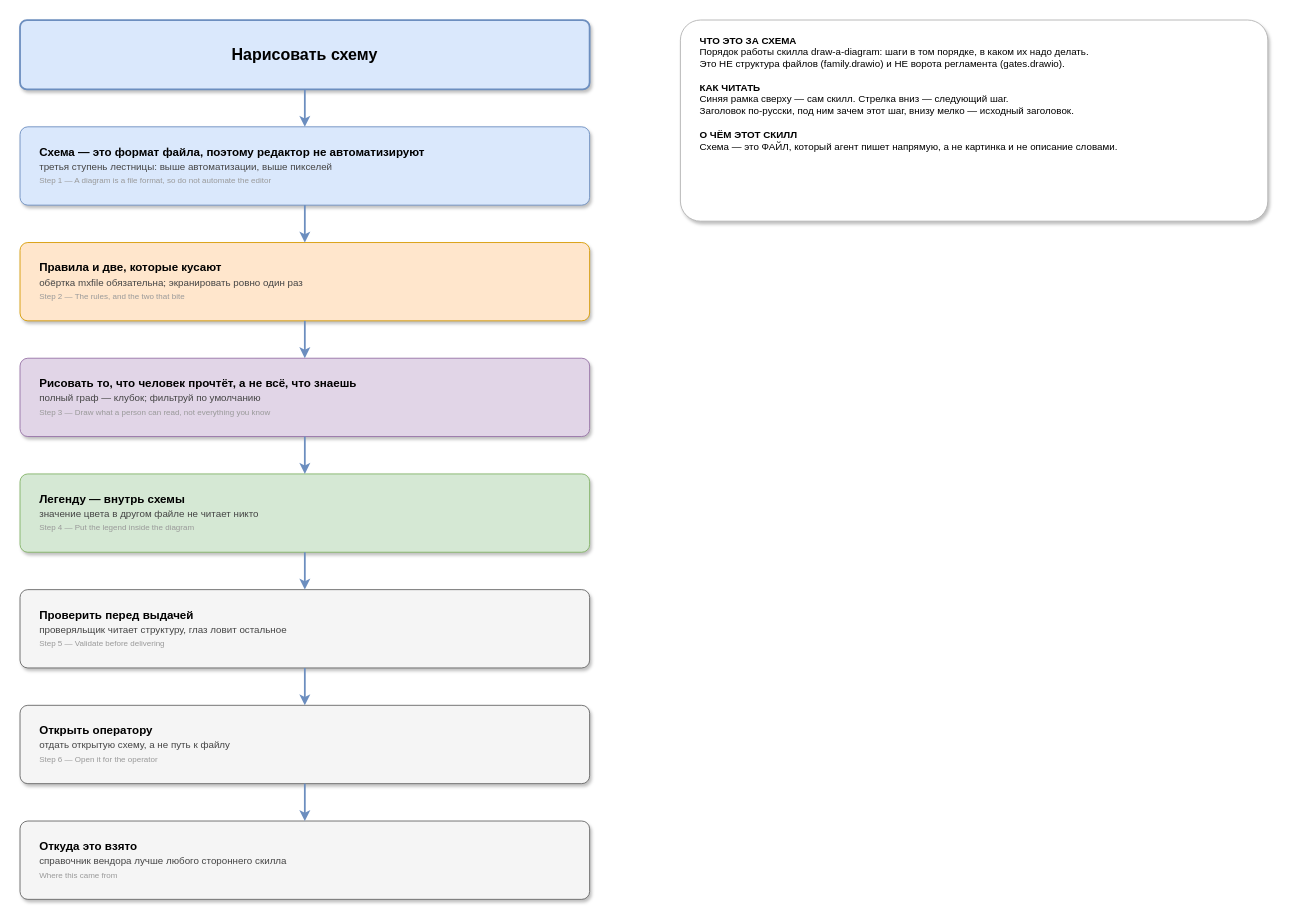
Above: skills/draw-a-diagram/assets/diagram.drawio in ubik-dsh/deepseek-harness-skills (draw.io), before the change. Source tidied: cells renumbered, new cells numbered last; positions are measured from the earlier drawing's top-left corner, leaving out a move shared by most shapes. Both pictures are drawn from the tidied source at 89%, with x=0, y=0 at pixel (20, 20).
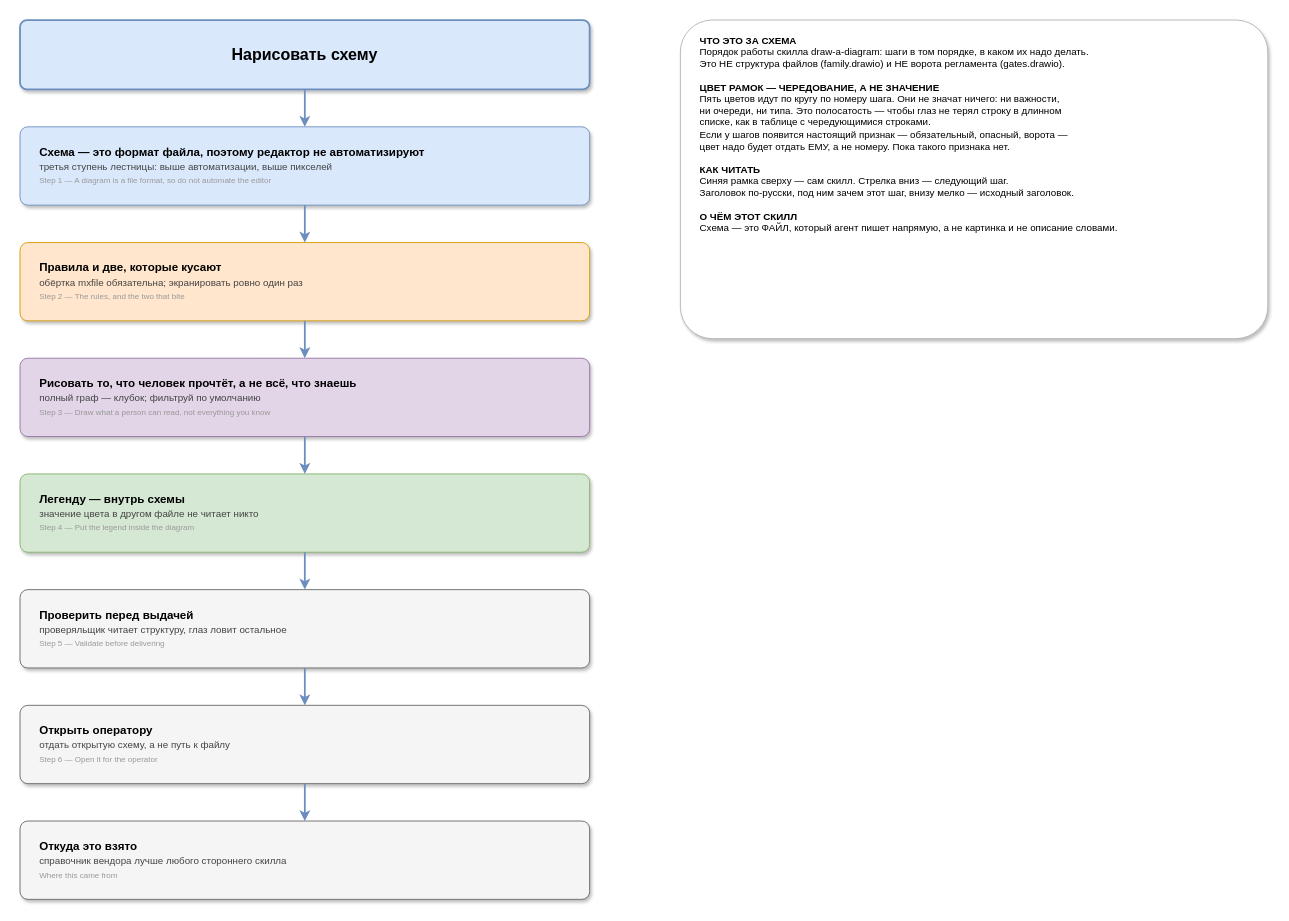
After the change.

Change to the diagram source:
```diff
@@
 <mxGraphModel>
   <root>
     <mxCell id="0" />
     <mxCell id="1" parent="0" />
     <mxCell id="2" value="Нарисовать схему" style="rounded=1;arcSize=10;whiteSpace=wrap;html=1;shadow=1;strokeWidth=2;fillColor=#DAE8FC;strokeColor=#6C8EBF;fontSize=18;fontStyle=1;align=center;verticalAlign=middle;" parent="1" vertex="1">
       <mxGeometry width="640" height="78" as="geometry" />
     </mxCell>
     <mxCell id="3" value="&lt;b&gt;Схема — это формат файла, поэтому редактор не автоматизируют&lt;/b&gt;&lt;br&gt;&lt;font color=&quot;#444444&quot; style=&quot;font-size:11px&quot;&gt;третья ступень лестницы: выше автоматизации, выше пикселей&lt;/font&gt;&lt;br&gt;&lt;font color=&quot;#999999&quot; style=&quot;font-size:9px&quot;&gt;Step 1 — A diagram is a file format, so do not automate the editor&lt;/font&gt;" style="rounded=1;arcSize=10;whiteSpace=wrap;html=1;shadow=1;strokeWidth=1;fillColor=#DAE8FC;strokeColor=#6C8EBF;align=left;verticalAlign=middle;spacingLeft=20;spacingTop=10;spacingBottom=10;fontSize=13;" parent="1" vertex="1">
       <mxGeometry y="120" width="640" height="88" as="geometry" />
     </mxCell>
     <mxCell id="4" style="endArrow=classic;html=1;strokeColor=#6C8EBF;strokeWidth=2;rounded=0;edgeStyle=orthogonalEdgeStyle;exitX=0.5;exitY=1;exitDx=0;exitDy=0;entryX=0.5;entryY=0;entryDx=0;entryDy=0;" parent="1" edge="1" source="2" target="3">
       <mxGeometry relative="1" as="geometry" />
     </mxCell>
     <mxCell id="5" value="&lt;b&gt;Правила и две, которые кусают&lt;/b&gt;&lt;br&gt;&lt;font color=&quot;#444444&quot; style=&quot;font-size:11px&quot;&gt;обёртка mxfile обязательна; экранировать ровно один раз&lt;/font&gt;&lt;br&gt;&lt;font color=&quot;#999999&quot; style=&quot;font-size:9px&quot;&gt;Step 2 — The rules, and the two that bite&lt;/font&gt;" style="rounded=1;arcSize=10;whiteSpace=wrap;html=1;shadow=1;strokeWidth=1;fillColor=#FFE6CC;strokeColor=#D79B00;align=left;verticalAlign=middle;spacingLeft=20;spacingTop=10;spacingBottom=10;fontSize=13;" parent="1" vertex="1">
       <mxGeometry y="250" width="640" height="88" as="geometry" />
     </mxCell>
     <mxCell id="6" style="endArrow=classic;html=1;strokeColor=#6C8EBF;strokeWidth=2;rounded=0;edgeStyle=orthogonalEdgeStyle;exitX=0.5;exitY=1;exitDx=0;exitDy=0;entryX=0.5;entryY=0;entryDx=0;entryDy=0;" parent="1" edge="1" source="3" target="5">
       <mxGeometry relative="1" as="geometry" />
     </mxCell>
     <mxCell id="7" value="&lt;b&gt;Рисовать то, что человек прочтёт, а не всё, что знаешь&lt;/b&gt;&lt;br&gt;&lt;font color=&quot;#444444&quot; style=&quot;font-size:11px&quot;&gt;полный граф — клубок; фильтруй по умолчанию&lt;/font&gt;&lt;br&gt;&lt;font color=&quot;#999999&quot; style=&quot;font-size:9px&quot;&gt;Step 3 — Draw what a person can read, not everything you know&lt;/font&gt;" style="rounded=1;arcSize=10;whiteSpace=wrap;html=1;shadow=1;strokeWidth=1;fillColor=#E1D5E7;strokeColor=#9673A6;align=left;verticalAlign=middle;spacingLeft=20;spacingTop=10;spacingBottom=10;fontSize=13;" parent="1" vertex="1">
       <mxGeometry y="380" width="640" height="88" as="geometry" />
     </mxCell>
     <mxCell id="8" style="endArrow=classic;html=1;strokeColor=#6C8EBF;strokeWidth=2;rounded=0;edgeStyle=orthogonalEdgeStyle;exitX=0.5;exitY=1;exitDx=0;exitDy=0;entryX=0.5;entryY=0;entryDx=0;entryDy=0;" parent="1" edge="1" source="5" target="7">
       <mxGeometry relative="1" as="geometry" />
     </mxCell>
     <mxCell id="9" value="&lt;b&gt;Легенду — внутрь схемы&lt;/b&gt;&lt;br&gt;&lt;font color=&quot;#444444&quot; style=&quot;font-size:11px&quot;&gt;значение цвета в другом файле не читает никто&lt;/font&gt;&lt;br&gt;&lt;font color=&quot;#999999&quot; style=&quot;font-size:9px&quot;&gt;Step 4 — Put the legend inside the diagram&lt;/font&gt;" style="rounded=1;arcSize=10;whiteSpace=wrap;html=1;shadow=1;strokeWidth=1;fillColor=#D5E8D4;strokeColor=#82B366;align=left;verticalAlign=middle;spacingLeft=20;spacingTop=10;spacingBottom=10;fontSize=13;" parent="1" vertex="1">
       <mxGeometry y="510" width="640" height="88" as="geometry" />
     </mxCell>
     <mxCell id="10" style="endArrow=classic;html=1;strokeColor=#6C8EBF;strokeWidth=2;rounded=0;edgeStyle=orthogonalEdgeStyle;exitX=0.5;exitY=1;exitDx=0;exitDy=0;entryX=0.5;entryY=0;entryDx=0;entryDy=0;" parent="1" edge="1" source="7" target="9">
       <mxGeometry relative="1" as="geometry" />
     </mxCell>
     <mxCell id="11" value="&lt;b&gt;Проверить перед выдачей&lt;/b&gt;&lt;br&gt;&lt;font color=&quot;#444444&quot; style=&quot;font-size:11px&quot;&gt;проверяльщик читает структуру, глаз ловит остальное&lt;/font&gt;&lt;br&gt;&lt;font color=&quot;#999999&quot; style=&quot;font-size:9px&quot;&gt;Step 5 — Validate before delivering&lt;/font&gt;" style="rounded=1;arcSize=10;whiteSpace=wrap;html=1;shadow=1;strokeWidth=1;fillColor=#F5F5F5;strokeColor=#666666;align=left;verticalAlign=middle;spacingLeft=20;spacingTop=10;spacingBottom=10;fontSize=13;" parent="1" vertex="1">
       <mxGeometry y="640" width="640" height="88" as="geometry" />
     </mxCell>
     <mxCell id="12" style="endArrow=classic;html=1;strokeColor=#6C8EBF;strokeWidth=2;rounded=0;edgeStyle=orthogonalEdgeStyle;exitX=0.5;exitY=1;exitDx=0;exitDy=0;entryX=0.5;entryY=0;entryDx=0;entryDy=0;" parent="1" edge="1" source="9" target="11">
       <mxGeometry relative="1" as="geometry" />
     </mxCell>
     <mxCell id="13" value="&lt;b&gt;Открыть оператору&lt;/b&gt;&lt;br&gt;&lt;font color=&quot;#444444&quot; style=&quot;font-size:11px&quot;&gt;отдать открытую схему, а не путь к файлу&lt;/font&gt;&lt;br&gt;&lt;font color=&quot;#999999&quot; style=&quot;font-size:9px&quot;&gt;Step 6 — Open it for the operator&lt;/font&gt;" style="rounded=1;arcSize=10;whiteSpace=wrap;html=1;shadow=1;strokeWidth=1;fillColor=#F5F5F5;strokeColor=#666666;align=left;verticalAlign=middle;spacingLeft=20;spacingTop=10;spacingBottom=10;fontSize=13;" parent="1" vertex="1">
       <mxGeometry y="770" width="640" height="88" as="geometry" />
     </mxCell>
     <mxCell id="14" style="endArrow=classic;html=1;strokeColor=#6C8EBF;strokeWidth=2;rounded=0;edgeStyle=orthogonalEdgeStyle;exitX=0.5;exitY=1;exitDx=0;exitDy=0;entryX=0.5;entryY=0;entryDx=0;entryDy=0;" parent="1" edge="1" source="11" target="13">
       <mxGeometry relative="1" as="geometry" />
     </mxCell>
     <mxCell id="15" value="&lt;b&gt;Откуда это взято&lt;/b&gt;&lt;br&gt;&lt;font color=&quot;#444444&quot; style=&quot;font-size:11px&quot;&gt;справочник вендора лучше любого стороннего скилла&lt;/font&gt;&lt;br&gt;&lt;font color=&quot;#999999&quot; style=&quot;font-size:9px&quot;&gt;Where this came from&lt;/font&gt;" style="rounded=1;arcSize=10;whiteSpace=wrap;html=1;shadow=1;strokeWidth=1;fillColor=#F5F5F5;strokeColor=#666666;align=left;verticalAlign=middle;spacingLeft=20;spacingTop=10;spacingBottom=10;fontSize=13;" parent="1" vertex="1">
       <mxGeometry y="900" width="640" height="88" as="geometry" />
     </mxCell>
     <mxCell id="16" style="endArrow=classic;html=1;strokeColor=#6C8EBF;strokeWidth=2;rounded=0;edgeStyle=orthogonalEdgeStyle;exitX=0.5;exitY=1;exitDx=0;exitDy=0;entryX=0.5;entryY=0;entryDx=0;entryDy=0;" parent="1" edge="1" source="13" target="15">
       <mxGeometry relative="1" as="geometry" />
     </mxCell>
-    <mxCell id="17" value="&lt;b&gt;ЧТО ЭТО ЗА СХЕМА&lt;/b&gt;&lt;br&gt;Порядок работы скилла draw-a-diagram: шаги в том порядке, в каком их надо делать.&lt;br&gt;Это НЕ структура файлов (family.drawio) и НЕ ворота регламента (gates.drawio).&lt;br&gt;&amp;nbsp;&lt;br&gt;&lt;b&gt;КАК ЧИТАТЬ&lt;/b&gt;&lt;br&gt;Синяя рамка сверху — сам скилл. Стрелка вниз — следующий шаг.&lt;br&gt;Заголовок по-русски, под ним зачем этот шаг, внизу мелко — исходный заголовок.&lt;br&gt;&amp;nbsp;&lt;br&gt;&lt;b&gt;О ЧЁМ ЭТОТ СКИЛЛ&lt;/b&gt;&lt;br&gt;Схема — это ФАЙЛ, который агент пишет напрямую, а не картинка и не описание словами.&lt;br&gt;&amp;nbsp;" style="rounded=1;arcSize=10;whiteSpace=wrap;html=1;shadow=1;strokeWidth=1;fillColor=#FFFFFF;strokeColor=#B3B3B3;align=left;verticalAlign=top;spacingLeft=20;spacingTop=10;fontSize=11;" parent="1" vertex="1">
-      <mxGeometry x="742" width="660" height="226" as="geometry" />
+    <mxCell id="17" value="&lt;b&gt;ЧТО ЭТО ЗА СХЕМА&lt;/b&gt;&lt;br&gt;Порядок работы скилла draw-a-diagram: шаги в том порядке, в каком их надо делать.&lt;br&gt;Это НЕ структура файлов (family.drawio) и НЕ ворота регламента (gates.drawio).&lt;br&gt;&amp;nbsp;&lt;br&gt;&lt;b&gt;ЦВЕТ РАМОК — ЧЕРЕДОВАНИЕ, А НЕ ЗНАЧЕНИЕ&lt;/b&gt;&lt;br&gt;Пять цветов идут по кругу по номеру шага. Они не значат ничего: ни важности,&lt;br&gt;ни очереди, ни типа. Это полосатость — чтобы глаз не терял строку в длинном&lt;br&gt;списке, как в таблице с чередующимися строками.&lt;br&gt;Если у шагов появится настоящий признак — обязательный, опасный, ворота —&lt;br&gt;цвет надо будет отдать ЕМУ, а не номеру. Пока такого признака нет.&lt;br&gt;&amp;nbsp;&lt;br&gt;&lt;b&gt;КАК ЧИТАТЬ&lt;/b&gt;&lt;br&gt;Синяя рамка сверху — сам скилл. Стрелка вниз — следующий шаг.&lt;br&gt;Заголовок по-русски, под ним зачем этот шаг, внизу мелко — исходный заголовок.&lt;br&gt;&amp;nbsp;&lt;br&gt;&lt;b&gt;О ЧЁМ ЭТОТ СКИЛЛ&lt;/b&gt;&lt;br&gt;Схема — это ФАЙЛ, который агент пишет напрямую, а не картинка и не описание словами.&lt;br&gt;&amp;nbsp;" style="rounded=1;arcSize=10;whiteSpace=wrap;html=1;shadow=1;strokeWidth=1;fillColor=#FFFFFF;strokeColor=#B3B3B3;align=left;verticalAlign=top;spacingLeft=20;spacingTop=10;fontSize=11;" parent="1" vertex="1">
+      <mxGeometry x="742" width="660" height="358" as="geometry" />
     </mxCell>
   </root>
 </mxGraphModel>
```
